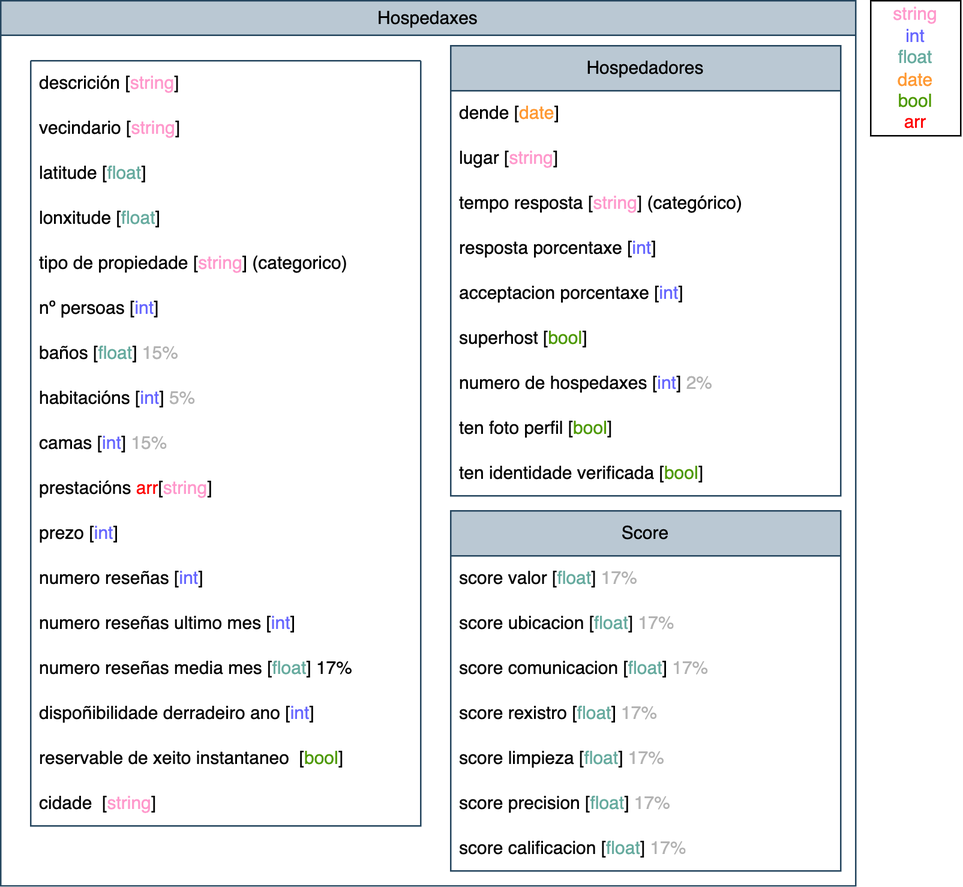
The draw.io diagram entrega_03/diagramas/modeloDatos.drawio.png in PepeRoConde/BD2, before a commit. Source tidied: cells renumbered, new cells last; positions are measured from the earlier drawing's top-left corner, leaving out a move shared by most shapes.
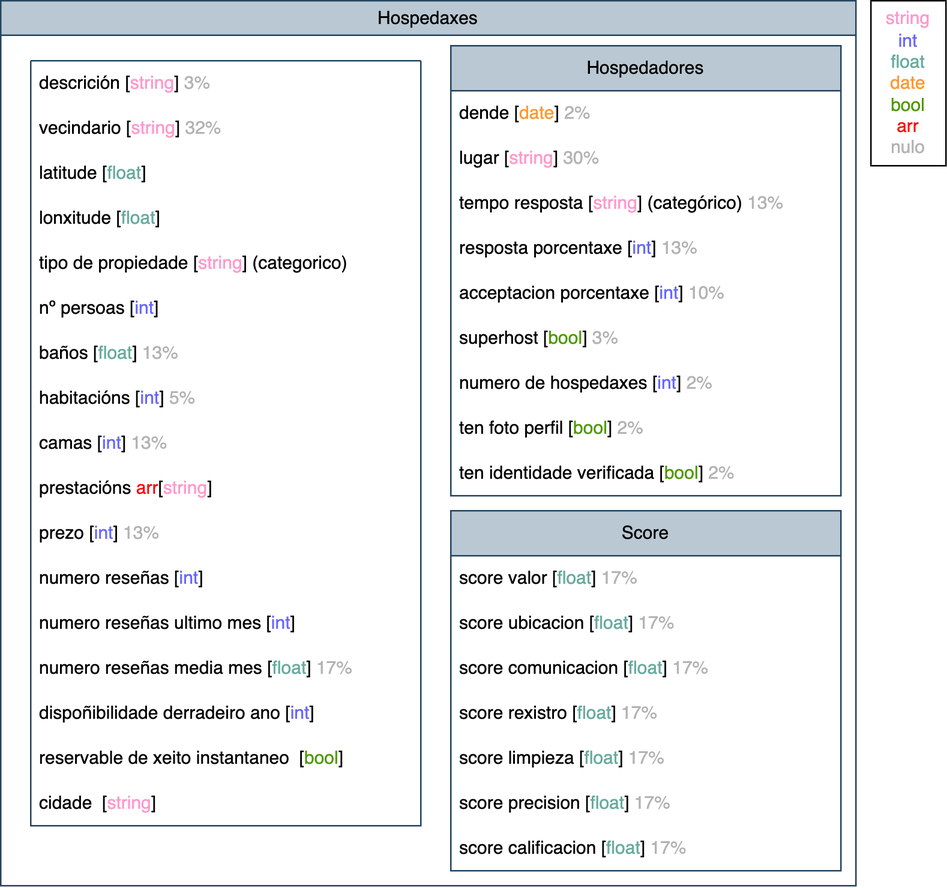
The same file after the commit.

The edit, as a diff of the source:
```diff
@@ -2,8 +2,8 @@
   <root>
     <mxCell id="0" />
     <mxCell id="1" parent="0" />
-    <mxCell id="2" value="&lt;font style=&quot;color: rgb(255, 153, 204);&quot;&gt;string&lt;/font&gt;&lt;div&gt;&lt;font style=&quot;color: rgb(102, 102, 255);&quot;&gt;int&lt;/font&gt;&lt;/div&gt;&lt;div&gt;&lt;font style=&quot;color: rgb(103, 171, 159);&quot;&gt;float&lt;/font&gt;&lt;/div&gt;&lt;div&gt;&lt;font style=&quot;color: rgb(255, 153, 51);&quot;&gt;date&lt;/font&gt;&lt;/div&gt;&lt;div&gt;&lt;font style=&quot;color: rgb(77, 153, 0);&quot;&gt;bool&lt;/font&gt;&lt;/div&gt;&lt;div&gt;&lt;font style=&quot;color: rgb(255, 0, 0);&quot;&gt;arr&lt;/font&gt;&lt;/div&gt;" style="rounded=0;whiteSpace=wrap;html=1;" parent="1" vertex="1">
-      <mxGeometry x="580" width="60" height="90" as="geometry" />
+    <mxCell id="2" value="&lt;font style=&quot;color: rgb(255, 153, 204);&quot;&gt;string&lt;/font&gt;&lt;div&gt;&lt;font style=&quot;color: rgb(102, 102, 255);&quot;&gt;int&lt;/font&gt;&lt;/div&gt;&lt;div&gt;&lt;font style=&quot;color: rgb(103, 171, 159);&quot;&gt;float&lt;/font&gt;&lt;/div&gt;&lt;div&gt;&lt;font style=&quot;color: rgb(255, 153, 51);&quot;&gt;date&lt;/font&gt;&lt;/div&gt;&lt;div&gt;&lt;font style=&quot;color: rgb(77, 153, 0);&quot;&gt;bool&lt;/font&gt;&lt;/div&gt;&lt;div&gt;&lt;font style=&quot;color: rgb(255, 0, 0);&quot;&gt;arr&lt;/font&gt;&lt;/div&gt;&lt;div&gt;&lt;font style=&quot;color: light-dark(rgb(179, 179, 179), rgb(255, 255, 255));&quot;&gt;nulo&lt;/font&gt;&lt;/div&gt;" style="rounded=0;whiteSpace=wrap;html=1;" parent="1" vertex="1">
+      <mxGeometry x="580" width="50" height="110" as="geometry" />
     </mxCell>
     <mxCell id="3" value="&lt;span style=&quot;font-weight: normal;&quot;&gt;Hospedaxes&lt;/span&gt;" style="swimlane;whiteSpace=wrap;html=1;fillColor=#bac8d3;strokeColor=#23445d;" parent="1" vertex="1">
       <mxGeometry width="570" height="590" as="geometry" />
@@ -11,10 +11,10 @@
     <mxCell id="4" style="swimlane;fontStyle=0;horizontal=1;startSize=0;whiteSpace=wrap;html=1;fillColor=#bac8d3;strokeColor=#23445d;" parent="3" vertex="1">
       <mxGeometry x="20" y="40" width="260" height="510" as="geometry" />
     </mxCell>
-    <mxCell id="5" value="descrición [&lt;font style=&quot;color: rgb(255, 153, 204);&quot;&gt;string&lt;/font&gt;]" style="text;strokeColor=none;fillColor=none;align=left;verticalAlign=middle;spacingLeft=4;spacingRight=4;overflow=hidden;whiteSpace=wrap;html=1;" parent="4" vertex="1">
+    <mxCell id="5" value="descrición [&lt;font style=&quot;color: rgb(255, 153, 204);&quot;&gt;string&lt;/font&gt;] &lt;font style=&quot;color: light-dark(rgb(179, 179, 179), rgb(255, 255, 255));&quot;&gt;3%&lt;/font&gt;" style="text;strokeColor=none;fillColor=none;align=left;verticalAlign=middle;spacingLeft=4;spacingRight=4;overflow=hidden;whiteSpace=wrap;html=1;" parent="4" vertex="1">
       <mxGeometry width="260" height="30" as="geometry" />
     </mxCell>
-    <mxCell id="6" value="vecindario [&lt;font style=&quot;color: rgb(255, 153, 204);&quot;&gt;string&lt;/font&gt;]" style="text;strokeColor=none;fillColor=none;align=left;verticalAlign=middle;spacingLeft=4;spacingRight=4;overflow=hidden;whiteSpace=wrap;html=1;" parent="4" vertex="1">
+    <mxCell id="6" value="vecindario [&lt;font style=&quot;color: rgb(255, 153, 204);&quot;&gt;string&lt;/font&gt;] &lt;font style=&quot;color: light-dark(rgb(179, 179, 179), rgb(255, 255, 255));&quot;&gt;32%&lt;/font&gt;" style="text;strokeColor=none;fillColor=none;align=left;verticalAlign=middle;spacingLeft=4;spacingRight=4;overflow=hidden;whiteSpace=wrap;html=1;" parent="4" vertex="1">
       <mxGeometry y="30" width="260" height="30" as="geometry" />
     </mxCell>
     <mxCell id="7" value="latitude [&lt;font style=&quot;color: rgb(103, 171, 159);&quot;&gt;float&lt;/font&gt;]" style="text;strokeColor=none;fillColor=none;align=left;verticalAlign=middle;spacingLeft=4;spacingRight=4;overflow=hidden;whiteSpace=wrap;html=1;" parent="4" vertex="1">
@@ -29,19 +29,19 @@
     <mxCell id="10" value="nº persoas [&lt;font style=&quot;color: rgb(102, 102, 255);&quot;&gt;int&lt;/font&gt;]" style="text;strokeColor=none;fillColor=none;align=left;verticalAlign=middle;spacingLeft=4;spacingRight=4;overflow=hidden;whiteSpace=wrap;html=1;" parent="4" vertex="1">
       <mxGeometry y="150" width="260" height="30" as="geometry" />
     </mxCell>
-    <mxCell id="11" value="baños [&lt;font style=&quot;color: rgb(103, 171, 159);&quot;&gt;float&lt;/font&gt;] &lt;font style=&quot;color: light-dark(rgb(179, 179, 179), rgb(255, 255, 255));&quot;&gt;15%&lt;/font&gt;" style="text;strokeColor=none;fillColor=none;align=left;verticalAlign=middle;spacingLeft=4;spacingRight=4;overflow=hidden;whiteSpace=wrap;html=1;" parent="4" vertex="1">
+    <mxCell id="11" value="baños [&lt;font style=&quot;color: rgb(103, 171, 159);&quot;&gt;float&lt;/font&gt;] &lt;font style=&quot;color: light-dark(rgb(179, 179, 179), rgb(255, 255, 255));&quot;&gt;13%&lt;/font&gt;" style="text;strokeColor=none;fillColor=none;align=left;verticalAlign=middle;spacingLeft=4;spacingRight=4;overflow=hidden;whiteSpace=wrap;html=1;" parent="4" vertex="1">
       <mxGeometry y="180" width="260" height="30" as="geometry" />
     </mxCell>
     <mxCell id="12" value="habitacións [&lt;font style=&quot;color: rgb(102, 102, 255);&quot;&gt;int&lt;/font&gt;] &lt;font style=&quot;color: light-dark(rgb(179, 179, 179), rgb(255, 255, 255));&quot;&gt;5%&lt;/font&gt;" style="text;strokeColor=none;fillColor=none;align=left;verticalAlign=middle;spacingLeft=4;spacingRight=4;overflow=hidden;whiteSpace=wrap;html=1;" parent="4" vertex="1">
       <mxGeometry y="210" width="260" height="30" as="geometry" />
     </mxCell>
-    <mxCell id="13" value="camas [&lt;font style=&quot;color: rgb(102, 102, 255);&quot;&gt;int&lt;/font&gt;] &lt;font style=&quot;color: light-dark(rgb(179, 179, 179), rgb(255, 255, 255));&quot;&gt;15%&lt;/font&gt;" style="text;strokeColor=none;fillColor=none;align=left;verticalAlign=middle;spacingLeft=4;spacingRight=4;overflow=hidden;whiteSpace=wrap;html=1;" parent="4" vertex="1">
+    <mxCell id="13" value="camas [&lt;font style=&quot;color: rgb(102, 102, 255);&quot;&gt;int&lt;/font&gt;] &lt;font style=&quot;color: light-dark(rgb(179, 179, 179), rgb(255, 255, 255));&quot;&gt;13%&lt;/font&gt;" style="text;strokeColor=none;fillColor=none;align=left;verticalAlign=middle;spacingLeft=4;spacingRight=4;overflow=hidden;whiteSpace=wrap;html=1;" parent="4" vertex="1">
       <mxGeometry y="240" width="260" height="30" as="geometry" />
     </mxCell>
     <mxCell id="14" value="prestacións &lt;font style=&quot;color: rgb(255, 0, 0);&quot;&gt;arr&lt;/font&gt;[&lt;font style=&quot;color: rgb(255, 153, 204);&quot;&gt;string&lt;/font&gt;]" style="text;strokeColor=none;fillColor=none;align=left;verticalAlign=middle;spacingLeft=4;spacingRight=4;overflow=hidden;whiteSpace=wrap;html=1;" parent="4" vertex="1">
       <mxGeometry y="270" width="260" height="30" as="geometry" />
     </mxCell>
-    <mxCell id="15" value="prezo [&lt;font style=&quot;color: rgb(102, 102, 255);&quot;&gt;int&lt;/font&gt;]" style="text;strokeColor=none;fillColor=none;align=left;verticalAlign=middle;spacingLeft=4;spacingRight=4;overflow=hidden;whiteSpace=wrap;html=1;" parent="4" vertex="1">
+    <mxCell id="15" value="prezo [&lt;font style=&quot;color: rgb(102, 102, 255);&quot;&gt;int&lt;/font&gt;] &lt;font style=&quot;color: light-dark(rgb(179, 179, 179), rgb(255, 255, 255));&quot;&gt;13%&lt;/font&gt;" style="text;strokeColor=none;fillColor=none;align=left;verticalAlign=middle;spacingLeft=4;spacingRight=4;overflow=hidden;whiteSpace=wrap;html=1;" parent="4" vertex="1">
       <mxGeometry y="300" width="260" height="30" as="geometry" />
     </mxCell>
     <mxCell id="16" value="numero reseñas [&lt;font style=&quot;color: rgb(102, 102, 255);&quot;&gt;int&lt;/font&gt;]" style="text;strokeColor=none;fillColor=none;align=left;verticalAlign=middle;spacingLeft=4;spacingRight=4;overflow=hidden;whiteSpace=wrap;html=1;" parent="4" vertex="1">
@@ -50,7 +50,7 @@
     <mxCell id="17" value="numero reseñas ultimo mes [&lt;font style=&quot;color: rgb(102, 102, 255);&quot;&gt;int&lt;/font&gt;]" style="text;strokeColor=none;fillColor=none;align=left;verticalAlign=middle;spacingLeft=4;spacingRight=4;overflow=hidden;whiteSpace=wrap;html=1;" parent="4" vertex="1">
       <mxGeometry y="360" width="260" height="30" as="geometry" />
     </mxCell>
-    <mxCell id="18" value="numero reseñas media mes [&lt;font style=&quot;color: rgb(103, 171, 159);&quot;&gt;float&lt;/font&gt;] 17%" style="text;strokeColor=none;fillColor=none;align=left;verticalAlign=middle;spacingLeft=4;spacingRight=4;overflow=hidden;whiteSpace=wrap;html=1;" parent="4" vertex="1">
+    <mxCell id="18" value="numero reseñas media mes [&lt;font style=&quot;color: rgb(103, 171, 159);&quot;&gt;float&lt;/font&gt;] &lt;font style=&quot;color: light-dark(rgb(179, 179, 179), rgb(255, 255, 255));&quot;&gt;17%&lt;/font&gt;" style="text;strokeColor=none;fillColor=none;align=left;verticalAlign=middle;spacingLeft=4;spacingRight=4;overflow=hidden;whiteSpace=wrap;html=1;" parent="4" vertex="1">
       <mxGeometry y="390" width="260" height="30" as="geometry" />
     </mxCell>
     <mxCell id="19" value="dispoñibilidade derradeiro ano [&lt;font style=&quot;color: rgb(102, 102, 255);&quot;&gt;int&lt;/font&gt;]" style="text;strokeColor=none;fillColor=none;align=left;verticalAlign=middle;spacingLeft=4;spacingRight=4;overflow=hidden;whiteSpace=wrap;html=1;" parent="4" vertex="1">
@@ -65,31 +65,31 @@
     <mxCell id="22" value="Hospedadores" style="swimlane;fontStyle=0;horizontal=1;startSize=30;whiteSpace=wrap;html=1;fillColor=#bac8d3;strokeColor=#23445d;" parent="3" vertex="1">
       <mxGeometry x="300" y="30" width="260" height="300" as="geometry" />
     </mxCell>
-    <mxCell id="23" value="dende [&lt;font style=&quot;color: rgb(255, 153, 51);&quot;&gt;date&lt;/font&gt;]" style="text;strokeColor=none;fillColor=none;align=left;verticalAlign=middle;spacingLeft=4;spacingRight=4;overflow=hidden;whiteSpace=wrap;html=1;" parent="22" vertex="1">
+    <mxCell id="23" value="dende [&lt;font style=&quot;color: rgb(255, 153, 51);&quot;&gt;date&lt;/font&gt;] &lt;font style=&quot;color: light-dark(rgb(179, 179, 179), rgb(255, 255, 255));&quot;&gt;2%&lt;/font&gt;" style="text;strokeColor=none;fillColor=none;align=left;verticalAlign=middle;spacingLeft=4;spacingRight=4;overflow=hidden;whiteSpace=wrap;html=1;" parent="22" vertex="1">
       <mxGeometry y="30" width="260" height="30" as="geometry" />
     </mxCell>
-    <mxCell id="24" value="lugar [&lt;font style=&quot;color: rgb(255, 153, 204);&quot;&gt;string&lt;/font&gt;]" style="text;strokeColor=none;fillColor=none;align=left;verticalAlign=middle;spacingLeft=4;spacingRight=4;overflow=hidden;whiteSpace=wrap;html=1;" parent="22" vertex="1">
+    <mxCell id="24" value="lugar [&lt;font style=&quot;color: rgb(255, 153, 204);&quot;&gt;string&lt;/font&gt;] &lt;font style=&quot;color: light-dark(rgb(179, 179, 179), rgb(255, 255, 255));&quot;&gt;30%&lt;/font&gt;" style="text;strokeColor=none;fillColor=none;align=left;verticalAlign=middle;spacingLeft=4;spacingRight=4;overflow=hidden;whiteSpace=wrap;html=1;" parent="22" vertex="1">
       <mxGeometry y="60" width="260" height="30" as="geometry" />
     </mxCell>
-    <mxCell id="25" value="tempo resposta [&lt;font style=&quot;color: rgb(255, 153, 204);&quot;&gt;string&lt;/font&gt;] (categórico)" style="text;strokeColor=none;fillColor=none;align=left;verticalAlign=middle;spacingLeft=4;spacingRight=4;overflow=hidden;whiteSpace=wrap;html=1;" parent="22" vertex="1">
+    <mxCell id="25" value="tempo resposta [&lt;font style=&quot;color: rgb(255, 153, 204);&quot;&gt;string&lt;/font&gt;] (categórico) &lt;font style=&quot;color: light-dark(rgb(179, 179, 179), rgb(255, 255, 255));&quot;&gt;13%&lt;/font&gt;" style="text;strokeColor=none;fillColor=none;align=left;verticalAlign=middle;spacingLeft=4;spacingRight=4;overflow=hidden;whiteSpace=wrap;html=1;" parent="22" vertex="1">
       <mxGeometry y="90" width="260" height="30" as="geometry" />
     </mxCell>
-    <mxCell id="26" value="resposta porcentaxe [&lt;font style=&quot;color: rgb(102, 102, 255);&quot;&gt;int&lt;/font&gt;]&amp;nbsp;" style="text;strokeColor=none;fillColor=none;align=left;verticalAlign=middle;spacingLeft=4;spacingRight=4;overflow=hidden;whiteSpace=wrap;html=1;" parent="22" vertex="1">
+    <mxCell id="26" value="resposta porcentaxe [&lt;font style=&quot;color: rgb(102, 102, 255);&quot;&gt;int&lt;/font&gt;] &lt;font style=&quot;color: light-dark(rgb(179, 179, 179), rgb(255, 255, 255));&quot;&gt;13%&lt;/font&gt;" style="text;strokeColor=none;fillColor=none;align=left;verticalAlign=middle;spacingLeft=4;spacingRight=4;overflow=hidden;whiteSpace=wrap;html=1;" parent="22" vertex="1">
       <mxGeometry y="120" width="260" height="30" as="geometry" />
     </mxCell>
-    <mxCell id="27" value="acceptacion porcentaxe [&lt;font style=&quot;color: rgb(102, 102, 255);&quot;&gt;int&lt;/font&gt;]&amp;nbsp;" style="text;strokeColor=none;fillColor=none;align=left;verticalAlign=middle;spacingLeft=4;spacingRight=4;overflow=hidden;whiteSpace=wrap;html=1;" parent="22" vertex="1">
+    <mxCell id="27" value="acceptacion porcentaxe [&lt;font style=&quot;color: rgb(102, 102, 255);&quot;&gt;int&lt;/font&gt;] &lt;font style=&quot;color: light-dark(rgb(179, 179, 179), rgb(255, 255, 255));&quot;&gt;10%&lt;/font&gt;" style="text;strokeColor=none;fillColor=none;align=left;verticalAlign=middle;spacingLeft=4;spacingRight=4;overflow=hidden;whiteSpace=wrap;html=1;" parent="22" vertex="1">
       <mxGeometry y="150" width="260" height="30" as="geometry" />
     </mxCell>
-    <mxCell id="28" value="superhost [&lt;font style=&quot;color: rgb(77, 153, 0);&quot;&gt;bool&lt;/font&gt;]" style="text;strokeColor=none;fillColor=none;align=left;verticalAlign=middle;spacingLeft=4;spacingRight=4;overflow=hidden;whiteSpace=wrap;html=1;" parent="22" vertex="1">
+    <mxCell id="28" value="superhost [&lt;font style=&quot;color: rgb(77, 153, 0);&quot;&gt;bool&lt;/font&gt;] &lt;font style=&quot;color: light-dark(rgb(179, 179, 179), rgb(255, 255, 255));&quot;&gt;3%&lt;/font&gt;" style="text;strokeColor=none;fillColor=none;align=left;verticalAlign=middle;spacingLeft=4;spacingRight=4;overflow=hidden;whiteSpace=wrap;html=1;" parent="22" vertex="1">
       <mxGeometry y="180" width="260" height="30" as="geometry" />
     </mxCell>
     <mxCell id="29" value="&lt;div style=&quot;text-align: right;&quot;&gt;&lt;span style=&quot;background-color: transparent; color: light-dark(rgb(0, 0, 0), rgb(255, 255, 255));&quot;&gt;numero de hospedaxes [&lt;/span&gt;&lt;font style=&quot;background-color: transparent; color: rgb(102, 102, 255);&quot;&gt;int&lt;/font&gt;&lt;span style=&quot;background-color: transparent; color: light-dark(rgb(0, 0, 0), rgb(255, 255, 255));&quot;&gt;] &lt;/span&gt;&lt;span style=&quot;background-color: transparent;&quot;&gt;&lt;font style=&quot;color: light-dark(rgb(179, 179, 179), rgb(255, 255, 255));&quot;&gt;2%&lt;/font&gt;&lt;/span&gt;&lt;/div&gt;" style="text;strokeColor=none;fillColor=none;align=left;verticalAlign=middle;spacingLeft=4;spacingRight=4;overflow=hidden;whiteSpace=wrap;html=1;" parent="22" vertex="1">
       <mxGeometry y="210" width="260" height="30" as="geometry" />
     </mxCell>
-    <mxCell id="30" value="ten foto perfil [&lt;font style=&quot;color: rgb(77, 153, 0);&quot;&gt;bool&lt;/font&gt;]" style="text;strokeColor=none;fillColor=none;align=left;verticalAlign=middle;spacingLeft=4;spacingRight=4;overflow=hidden;whiteSpace=wrap;html=1;" parent="22" vertex="1">
+    <mxCell id="30" value="ten foto perfil [&lt;font style=&quot;color: rgb(77, 153, 0);&quot;&gt;bool&lt;/font&gt;] &lt;font style=&quot;color: light-dark(rgb(179, 179, 179), rgb(255, 255, 255));&quot;&gt;2%&lt;/font&gt;" style="text;strokeColor=none;fillColor=none;align=left;verticalAlign=middle;spacingLeft=4;spacingRight=4;overflow=hidden;whiteSpace=wrap;html=1;" parent="22" vertex="1">
       <mxGeometry y="240" width="260" height="30" as="geometry" />
     </mxCell>
-    <mxCell id="31" value="ten identidade verificada [&lt;font style=&quot;color: rgb(77, 153, 0);&quot;&gt;bool&lt;/font&gt;]" style="text;strokeColor=none;fillColor=none;align=left;verticalAlign=middle;spacingLeft=4;spacingRight=4;overflow=hidden;whiteSpace=wrap;html=1;" parent="22" vertex="1">
+    <mxCell id="31" value="ten identidade verificada [&lt;font style=&quot;color: rgb(77, 153, 0);&quot;&gt;bool&lt;/font&gt;] &lt;font style=&quot;color: light-dark(rgb(179, 179, 179), rgb(255, 255, 255));&quot;&gt;2%&lt;/font&gt;" style="text;strokeColor=none;fillColor=none;align=left;verticalAlign=middle;spacingLeft=4;spacingRight=4;overflow=hidden;whiteSpace=wrap;html=1;" parent="22" vertex="1">
       <mxGeometry y="270" width="260" height="30" as="geometry" />
     </mxCell>
     <mxCell id="32" value="Score" style="swimlane;fontStyle=0;horizontal=1;startSize=30;whiteSpace=wrap;html=1;fillColor=#bac8d3;strokeColor=#23445d;" parent="3" vertex="1">
```
